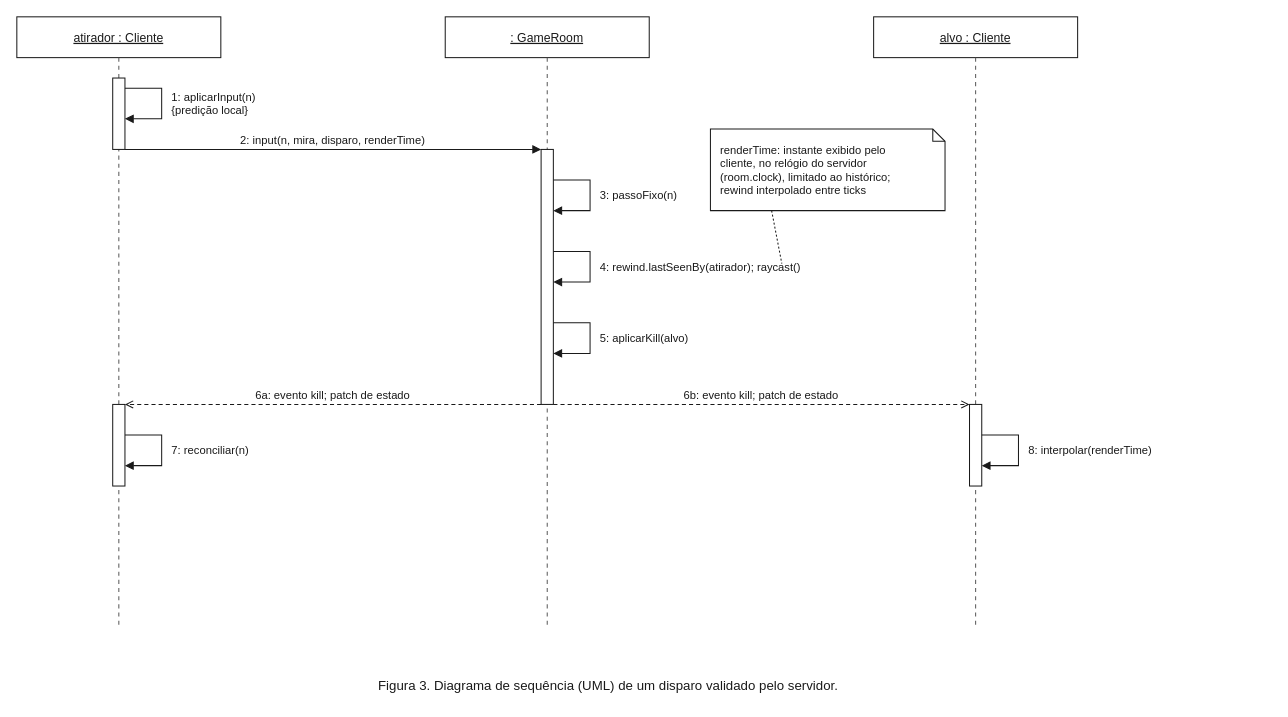
Evolutionary-Coders/shobu keeps this draw.io diagram as page "Figura 3. Sequência de um disparo" (3 of 4) of docs/rede/arquitetura-de-rede.drawio. Above is the earlier version. Source tidied: cells renumbered, new cells numbered last; positions are measured from the earlier drawing's top-left corner, leaving out a move shared by most shapes. Both pictures are drawn from the tidied source at 102%, with x=0, y=0 at pixel (16, 16).
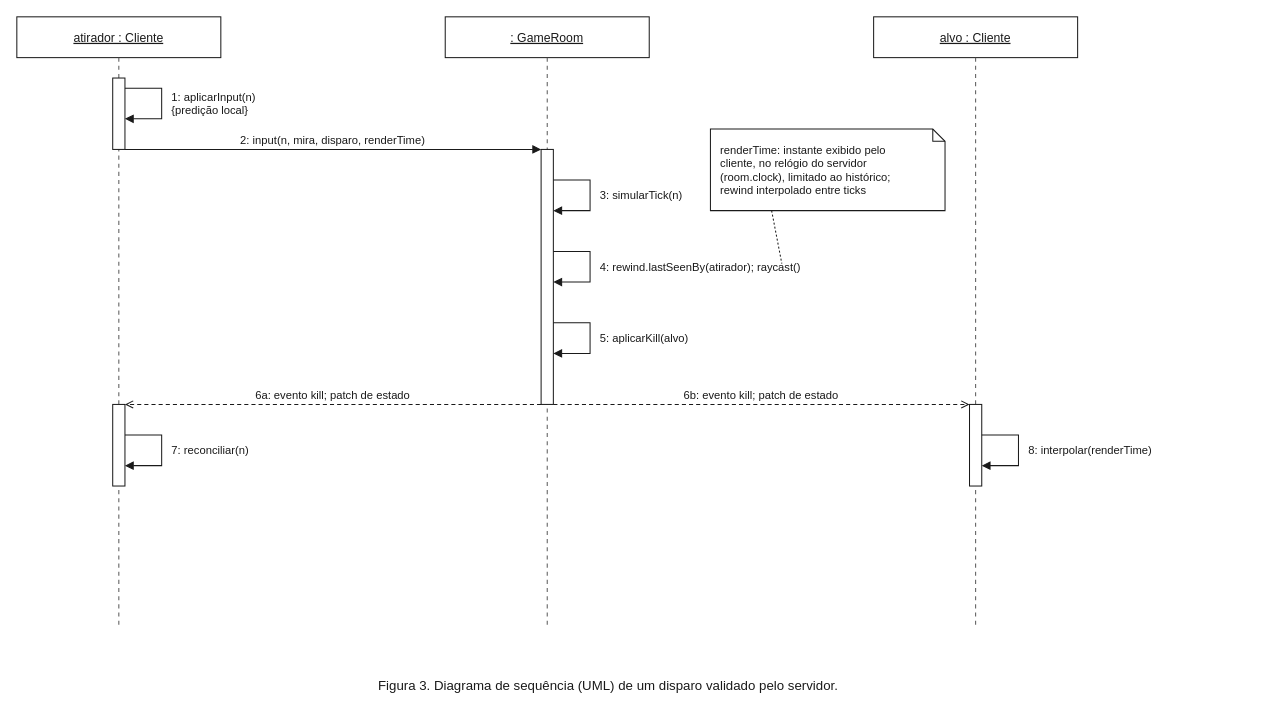
After the change.

Commit message (it also covers changes not shown here):
docs: call the simulation unit a tick in the network architecture

Diff of the diagram source:
```diff
@@
-    <mxCell id="14" value="3: passoFixo(n)" style="text;align=left;verticalAlign=middle;strokeColor=none;fillColor=none;fontFamily=Helvetica;fontSize=12;fontColor=#1a1a1a;html=0;fontSize=11;" parent="1" vertex="1">
+    <mxCell id="14" value="3: simularTick(n)" style="text;align=left;verticalAlign=middle;strokeColor=none;fillColor=none;fontFamily=Helvetica;fontSize=12;fontColor=#1a1a1a;html=0;fontSize=11;" parent="1" vertex="1">
       <mxGeometry x="570" y="156" width="240" height="38" as="geometry" />
     </mxCell>
```
